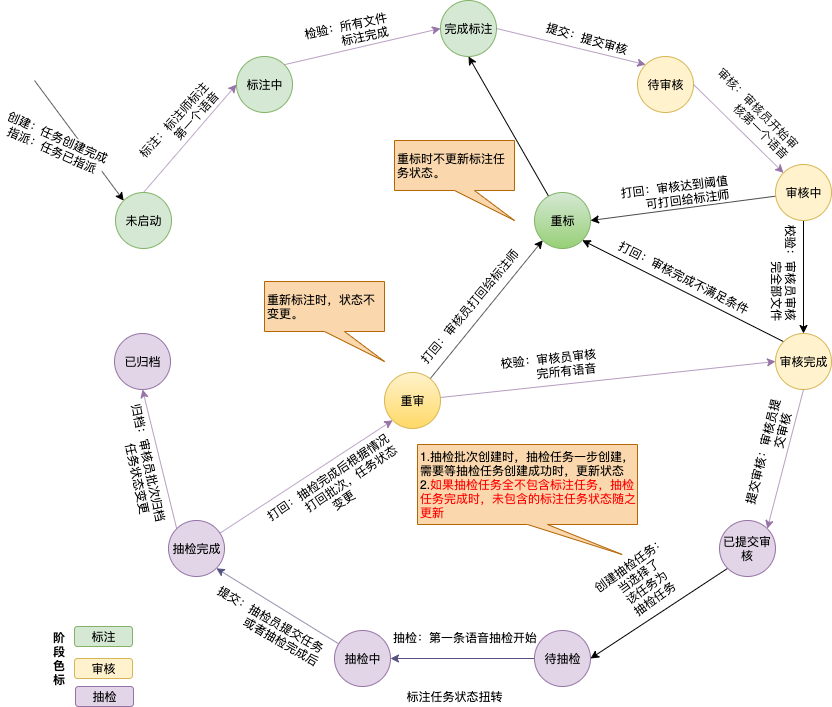
gumuqi/draw.io keeps this draw.io diagram as 标注状态转变图.png. Above is the earlier version. Source tidied: cells renumbered, new cells last; positions are measured from the earlier drawing's top-left corner, leaving out a move shared by most shapes.
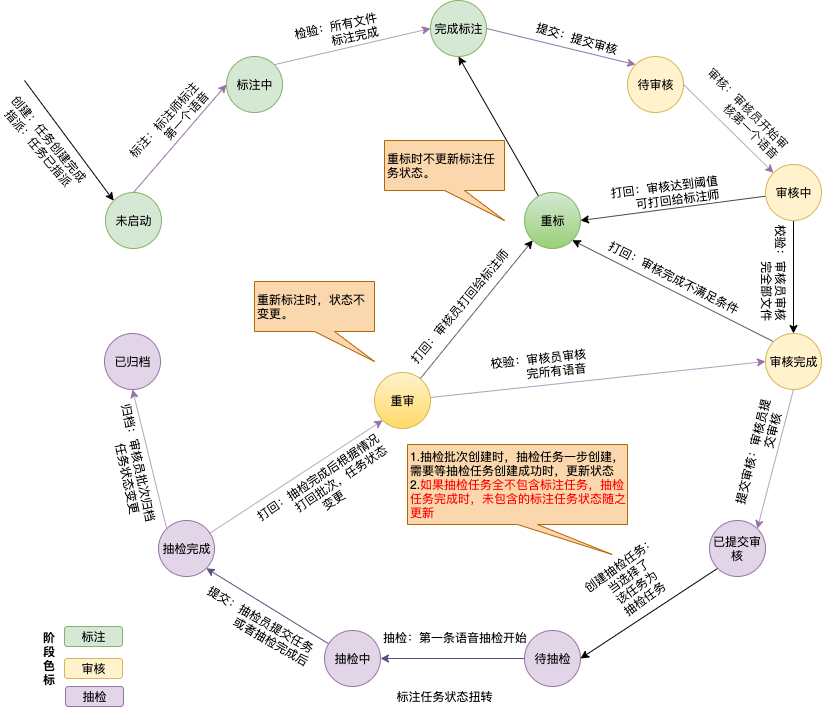
The same diagram one commit later.

Commit message:
已添加 标注状态转变图.png

The edit, as a diff of the source:
```diff
@@ -15,7 +15,7 @@
         <mxPoint y="80" as="targetPoint" />
       </mxGeometry>
     </mxCell>
-    <mxCell id="5" value="&lt;span style=&quot;text-align: left&quot;&gt;创建：任务创建完成&lt;/span&gt;&lt;br style=&quot;text-align: left&quot;&gt;&lt;span style=&quot;text-align: left&quot;&gt;指派：任务已指派&lt;/span&gt;" style="text;html=1;align=center;verticalAlign=middle;labelBackgroundColor=#ffffff;rotation=24;" parent="4" vertex="1">
+    <mxCell id="5" value="&lt;span style=&quot;text-align: left&quot;&gt;创建：任务创建完成&lt;/span&gt;&lt;br style=&quot;text-align: left&quot;&gt;&lt;span style=&quot;text-align: left&quot;&gt;指派：任务已指派&lt;/span&gt;" style="text;html=1;align=center;verticalAlign=middle;labelBackgroundColor=#ffffff;rotation=50;" parent="4" vertex="1">
       <mxGeometry x="0.25" relative="1" as="geometry">
         <mxPoint x="-13.5" y="16.5" as="offset" />
       </mxGeometry>
```
